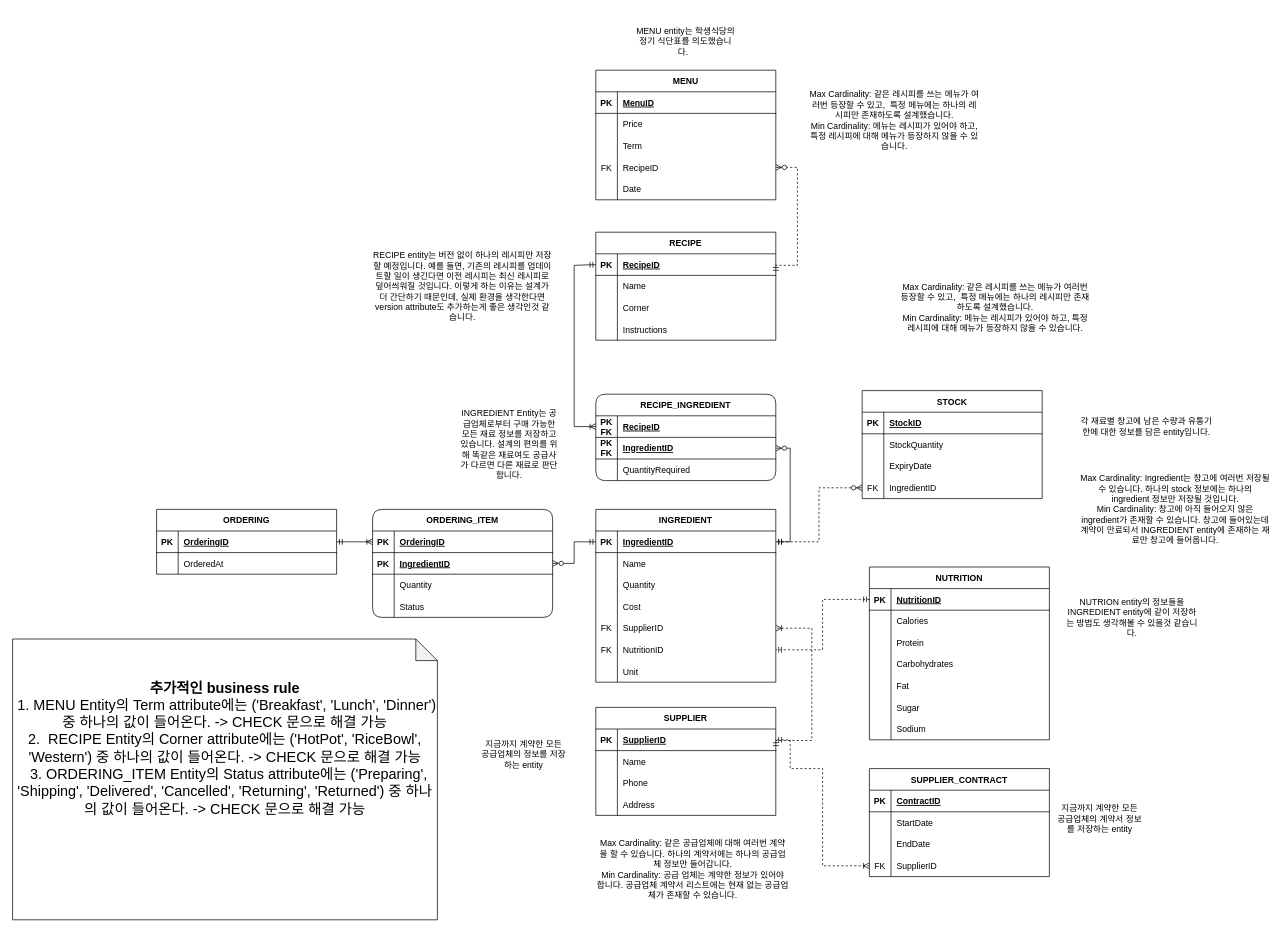
This is resource/FOOD_CRM.drawio from cryscham123/ERdiagram, a draw.io file, before an edit. Source tidied: cells renumbered, new cells numbered last; positions are measured from the earlier drawing's top-left corner, leaving out a move shared by most shapes. Both pictures are drawn from the tidied source at 72%, with x=0, y=0 at pixel (12, 12).
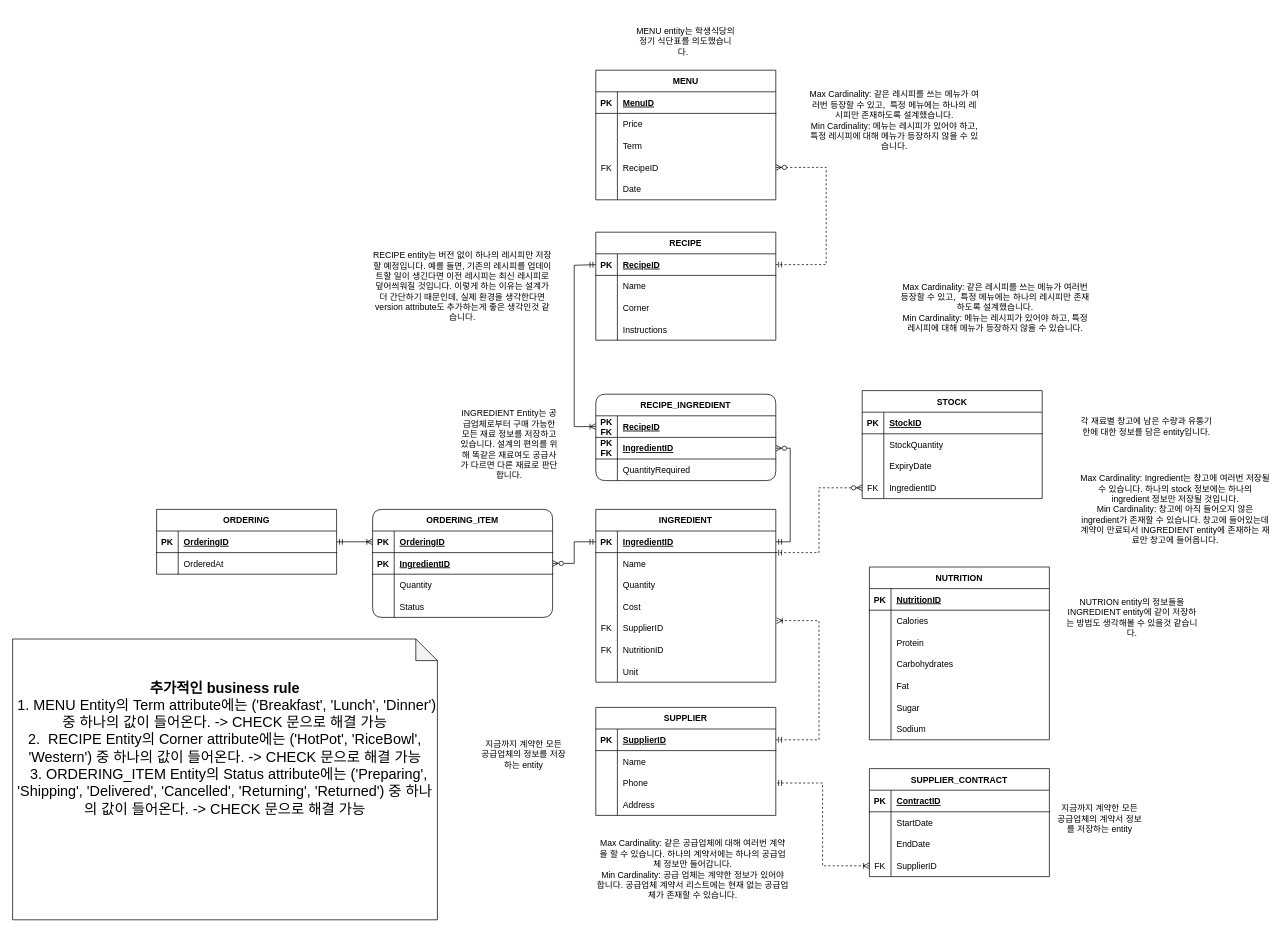
The same page after the edit.

Unchanged cells that the change refers to:
```xml
<mxCell id="4" style="shape=partialRectangle;fillColor=none;points=[[0,0.5],[1,0.5]];portConstraint=eastwest;top=0;left=0;right=0;bottom=1;" parent="3" vertex="1">
  <mxGeometry y="30" width="250" height="30" as="geometry" />
</mxCell>
<mxCell id="16" style="shape=partialRectangle;fillColor=none;points=[[0,0.5],[1,0.5]];portConstraint=eastwest;top=0;left=0;right=0;bottom=0;" parent="3" vertex="1">
  <mxGeometry y="150" width="250" height="30" as="geometry" />
</mxCell>
<mxCell id="19" style="shape=partialRectangle;fillColor=none;points=[[0,0.5],[1,0.5]];portConstraint=eastwest;top=0;left=0;right=0;bottom=0;" parent="3" vertex="1">
  <mxGeometry y="180" width="250" height="30" as="geometry" />
</mxCell>
<mxCell id="35" style="shape=partialRectangle;fillColor=none;points=[[0,0.5],[1,0.5]];portConstraint=eastwest;top=0;left=0;right=0;bottom=1;" parent="34" vertex="1">
  <mxGeometry y="30" width="250" height="30" as="geometry" />
</mxCell>
<mxCell id="41" style="shape=partialRectangle;fillColor=none;points=[[0,0.5],[1,0.5]];portConstraint=eastwest;top=0;left=0;right=0;bottom=0;" parent="34" vertex="1">
  <mxGeometry y="90" width="250" height="30" as="geometry" />
</mxCell>
<mxCell id="57" style="shape=partialRectangle;fillColor=none;points=[[0,0.5],[1,0.5]];portConstraint=eastwest;top=0;left=0;right=0;bottom=0;" parent="47" vertex="1">
  <mxGeometry y="120" width="250" height="30" as="geometry" />
</mxCell>
<mxCell id="83" style="shape=partialRectangle;fillColor=none;points=[[0,0.5],[1,0.5]];portConstraint=eastwest;top=0;left=0;right=0;bottom=0;" parent="73" vertex="1">
  <mxGeometry y="120" width="250" height="30" as="geometry" />
</mxCell>
<mxCell id="91" style="shape=partialRectangle;fillColor=none;points=[[0,0.5],[1,0.5]];portConstraint=eastwest;top=0;left=0;right=0;bottom=1;" parent="90" vertex="1">
  <mxGeometry y="30" width="250" height="30" as="geometry" />
</mxCell>
<mxCell id="125" style="shape=partialRectangle;fillColor=none;points=[[0,0.5],[1,0.5]];portConstraint=eastwest;top=0;left=0;right=0;bottom=0;" parent="115" vertex="1">
  <mxGeometry y="120" width="250" height="30" as="geometry" />
</mxCell>
<mxCell id="131" style="shape=partialRectangle;fillColor=none;points=[[0,0.5],[1,0.5]];portConstraint=eastwest;top=0;left=0;right=0;bottom=1;" parent="130" vertex="1">
  <mxGeometry y="30" width="250" height="30" as="geometry" />
</mxCell>
```

Diff of the diagram source:
```diff
@@
-    <mxCell id="33" style="edgeStyle=orthogonalEdgeStyle;rounded=0;jettySize=auto;html=1;startArrow=ERmandOne;startFill=0;endArrow=ERoneToMany;endFill=0;dashed=1;entryX=1;entryY=0.5;entryDx=0;entryDy=0;exitX=1;exitY=0.5;exitDx=0;exitDy=0;" parent="1" edge="1" source="35" target="16">
+    <mxCell id="33" style="edgeStyle=orthogonalEdgeStyle;rounded=0;jettySize=auto;html=1;startArrow=ERmandOne;startFill=0;endArrow=ERoneToMany;endFill=0;dashed=1;entryX=1.004;entryY=0.15;entryDx=0;entryDy=0;entryPerimeter=0;" parent="1" edge="1" target="16">
       <mxGeometry relative="1" as="geometry">
+        <mxPoint x="1060" y="1010" as="sourcePoint" />
         <Array as="points">
-          <mxPoint x="1110" y="1011" />
-          <mxPoint x="1110" y="855" />
+          <mxPoint x="1120" y="1010" />
+          <mxPoint x="1120" y="845" />
         </Array>
       </mxGeometry>
     </mxCell>
@@
     <mxCell id="89" style="edgeStyle=orthogonalEdgeStyle;rounded=0;jettySize=auto;html=1;endArrow=ERzeroToMany;endFill=0;startArrow=ERmandOne;startFill=0;dashed=1;entryX=1;entryY=0.5;entryDx=0;entryDy=0;exitX=1;exitY=0.5;exitDx=0;exitDy=0;" parent="1" edge="1" source="91" target="83">
       <mxGeometry relative="1" as="geometry">
         <Array as="points">
-          <mxPoint x="1090" y="351" />
-          <mxPoint x="1090" y="215" />
+          <mxPoint x="1130" y="350" />
+          <mxPoint x="1130" y="215" />
         </Array>
       </mxGeometry>
     </mxCell>
@@
     <mxCell id="114" style="edgeStyle=orthogonalEdgeStyle;rounded=0;jettySize=auto;html=1;startArrow=ERzeroToMany;startFill=0;endArrow=ERmandOne;endFill=0;dashed=1;exitX=0;exitY=0.5;exitDx=0;exitDy=0;" parent="1" edge="1" source="125" target="4">
-      <mxGeometry relative="1" as="geometry" />
+      <mxGeometry relative="1" as="geometry">
+        <Array as="points">
+          <mxPoint x="1120" y="660" />
+          <mxPoint x="1120" y="750" />
+        </Array>
+      </mxGeometry>
     </mxCell>
@@
-    <mxCell id="128" style="edgeStyle=orthogonalEdgeStyle;rounded=0;jettySize=auto;html=1;startArrow=ERoneToMany;startFill=0;endArrow=ERmandOne;endFill=0;dashed=1;entryX=1;entryY=0.5;entryDx=0;entryDy=0;exitX=0;exitY=0.5;exitDx=0;exitDy=0;" parent="1" edge="1" source="57" target="35">
+    <mxCell id="128" style="edgeStyle=orthogonalEdgeStyle;rounded=0;jettySize=auto;html=1;startArrow=ERoneToMany;startFill=0;endArrow=ERmandOne;endFill=0;dashed=1;exitX=0;exitY=0.5;exitDx=0;exitDy=0;entryX=1;entryY=0.5;entryDx=0;entryDy=0;" parent="1" edge="1" source="57" target="41">
       <mxGeometry relative="1" as="geometry">
         <Array as="points">
           <mxPoint x="1125" y="1185" />
-          <mxPoint x="1125" y="1050" />
-          <mxPoint x="1080" y="1050" />
-          <mxPoint x="1080" y="1010" />
+          <mxPoint x="1125" y="1070" />
         </Array>
       </mxGeometry>
     </mxCell>
-    <mxCell id="129" style="edgeStyle=orthogonalEdgeStyle;rounded=0;jettySize=auto;html=1;entryX=1;entryY=0.5;entryDx=0;entryDy=0;startArrow=ERmandOne;startFill=0;endArrow=ERmandOne;endFill=0;dashed=1;exitX=0;exitY=0.5;exitDx=0;exitDy=0;" parent="1" edge="1" source="131" target="19">
-      <mxGeometry relative="1" as="geometry" />
-    </mxCell>
```
